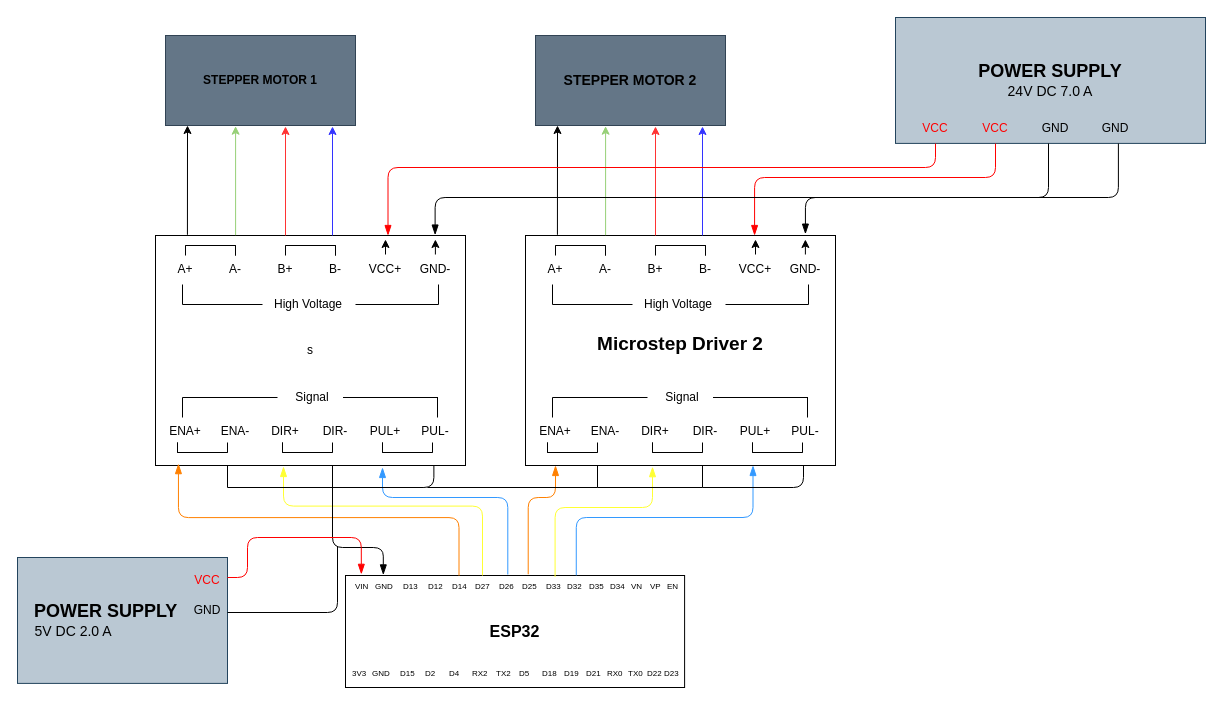
Above: Diagrams/Stepper-Driver-Esp32 Circuit Diagram.drawio in DattBhatt/Draw.io (draw.io), before the change. Source tidied: cells renumbered, new cells numbered last; positions are measured from the earlier drawing's top-left corner, leaving out a move shared by most shapes. Both pictures are drawn from the tidied source at 100%, with x=0, y=0 at pixel (17, 17).
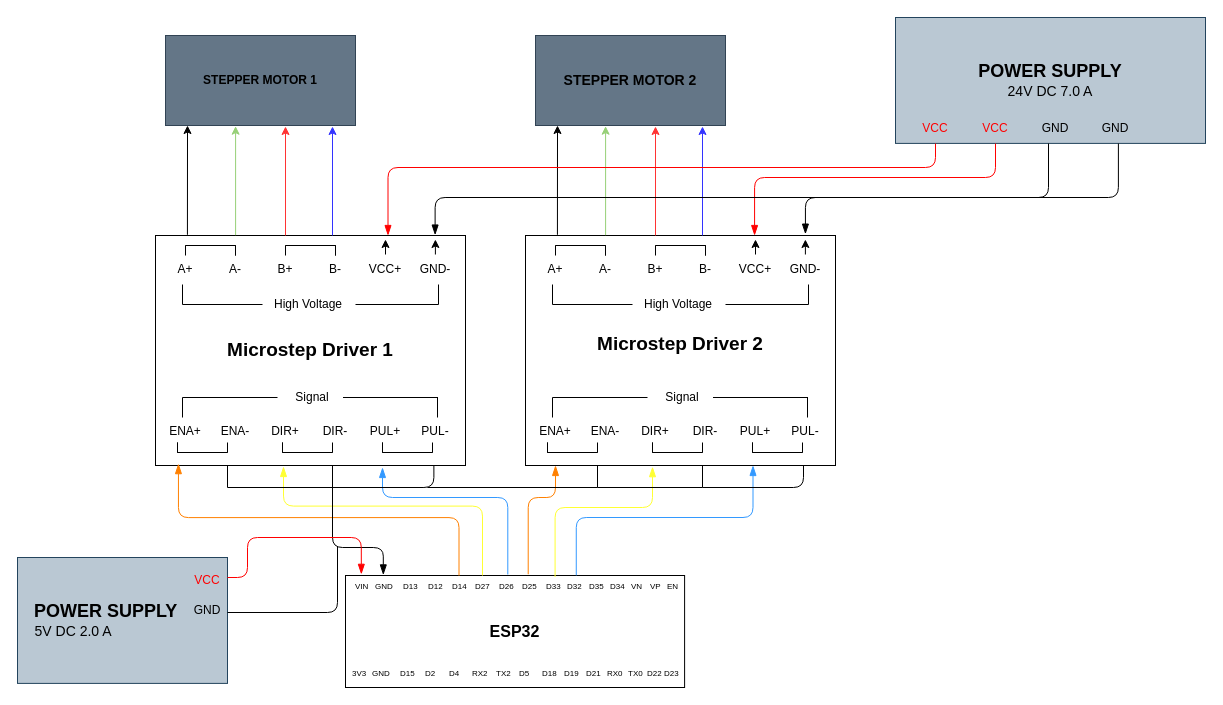
Above is the later version.

The edit, as a diff of the source:
```diff
@@
-    <mxCell id="2" value="s" style="rounded=0;whiteSpace=wrap;html=1;fillColor=default;" parent="1" vertex="1">
+    <mxCell id="2" value="&lt;span style=&quot;font-size: 19px; background-color: transparent; color: light-dark(rgb(0, 0, 0), rgb(255, 255, 255));&quot;&gt;&lt;b&gt;Microstep Driver 1&lt;/b&gt;&lt;/span&gt;" style="rounded=0;whiteSpace=wrap;html=1;fillColor=default;" parent="1" vertex="1">
       <mxGeometry x="138" y="218" width="310" height="230" as="geometry" />
     </mxCell>
```
